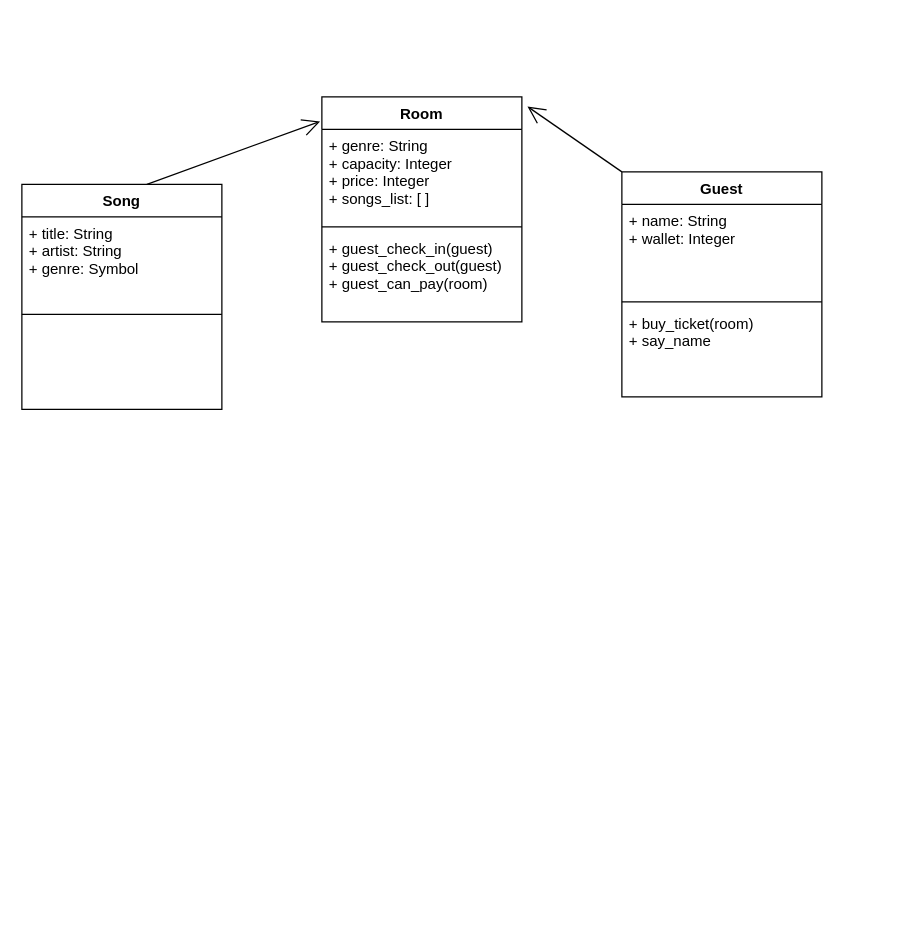
Before: karaoke_bar_diagram.drawio in adamski10/w02_weekend_hm_karaoke_bar, a draw.io diagram. Source tidied: cells renumbered, new cells numbered last; positions are measured from the earlier drawing's top-left corner, leaving out a move shared by most shapes. Both pictures are drawn from the tidied source at 125%, with x=0, y=0 at pixel (21, 96).
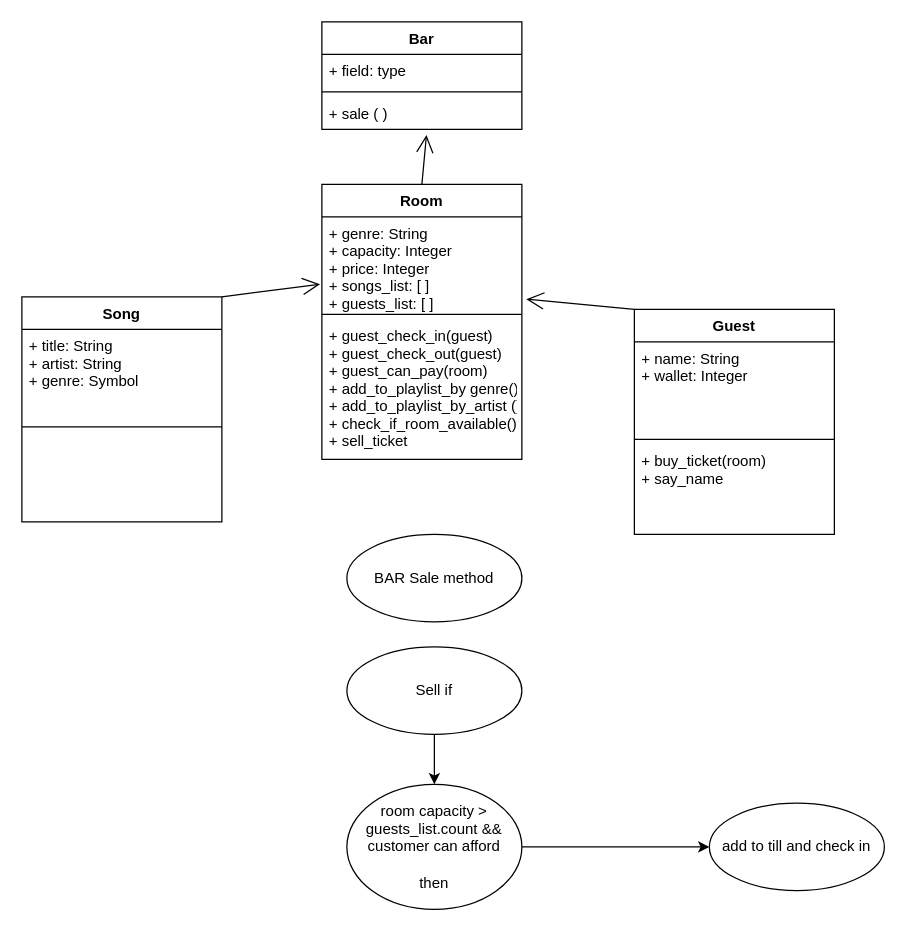
Above is the later version.

Diff of the diagram source:
```diff
@@
+    <mxCell id="14" style="endArrow=open;endFill=1;endSize=12;html=1;entryX=-0.009;entryY=0.728;entryDx=0;entryDy=0;entryPerimeter=0;exitX=1;exitY=0;exitDx=0;exitDy=0;" parent="1" edge="1" source="6" target="3">
+      <mxGeometry relative="1" as="geometry" />
+    </mxCell>
+    <mxCell id="15" style="endArrow=open;endFill=1;endSize=12;html=1;entryX=1.022;entryY=0.89;entryDx=0;entryDy=0;entryPerimeter=0;exitX=0;exitY=0;exitDx=0;exitDy=0;" parent="1" edge="1" source="10" target="3">
+      <mxGeometry relative="1" as="geometry" />
+    </mxCell>
+    <mxCell id="16" style="edgeStyle=orthogonalEdgeStyle;rounded=0;jettySize=auto;html=1;" parent="1" edge="1" source="17" target="24">
+      <mxGeometry relative="1" as="geometry" />
+    </mxCell>
+    <mxCell id="17" value="Sell if" style="ellipse;whiteSpace=wrap;html=1;" parent="1" vertex="1">
+      <mxGeometry x="260" y="440" width="140" height="70" as="geometry" />
+    </mxCell>
+    <mxCell id="18" value="BAR Sale method&lt;br&gt;" style="ellipse;whiteSpace=wrap;html=1;" parent="1" vertex="1">
+      <mxGeometry x="260" y="350" width="140" height="70" as="geometry" />
+    </mxCell>
+    <mxCell id="19" style="edgeStyle=orthogonalEdgeStyle;rounded=0;jettySize=auto;html=1;" parent="1" edge="1" source="24" target="25">
+      <mxGeometry relative="1" as="geometry" />
+    </mxCell>
+    <mxCell id="20" value="Bar" style="swimlane;fontStyle=1;align=center;verticalAlign=top;horizontal=1;startSize=26;" parent="1" vertex="1">
+      <mxGeometry x="240" y="-60" width="160" height="86" as="geometry" />
+    </mxCell>
+    <mxCell id="21" value="+ field: type" style="text;strokeColor=none;fillColor=none;align=left;verticalAlign=top;spacingLeft=4;spacingRight=4;overflow=hidden;" parent="20" vertex="1">
+      <mxGeometry y="26" width="160" height="26" as="geometry" />
+    </mxCell>
+    <mxCell id="22" style="line;strokeWidth=1;fillColor=none;align=left;verticalAlign=middle;spacingTop=-1;spacingLeft=3;spacingRight=3;labelPosition=right;" parent="20" vertex="1">
+      <mxGeometry y="52" width="160" height="8" as="geometry" />
+    </mxCell>
+    <mxCell id="23" value="+ sale ( )" style="text;strokeColor=none;fillColor=none;align=left;verticalAlign=top;spacingLeft=4;spacingRight=4;overflow=hidden;points=[[0,0.5],[1,0.5]];portConstraint=eastwest;" parent="20" vertex="1">
+      <mxGeometry y="60" width="160" height="26" as="geometry" />
+    </mxCell>
+    <mxCell id="24" value="room capacity &amp;gt; guests_list.count &amp;amp;&amp;amp; customer can afford&lt;br&gt;&lt;br&gt;then" style="ellipse;whiteSpace=wrap;html=1;" parent="1" vertex="1">
+      <mxGeometry x="260" y="550" width="140" height="100" as="geometry" />
+    </mxCell>
+    <mxCell id="25" value="add to till and check in" style="ellipse;whiteSpace=wrap;html=1;" parent="1" vertex="1">
+      <mxGeometry x="550" y="565" width="140" height="70" as="geometry" />
+    </mxCell>
+    <mxCell id="6" value="Song" style="swimlane;fontStyle=1;align=center;verticalAlign=top;horizontal=1;startSize=26;" parent="1" vertex="1">
+      <mxGeometry y="160" width="160" height="180" as="geometry" />
+    </mxCell>
+    <mxCell id="7" value="+ title: String&#10;+ artist: String&#10;+ genre: Symbol" style="text;strokeColor=none;fillColor=none;align=left;verticalAlign=top;spacingLeft=4;spacingRight=4;overflow=hidden;" parent="6" vertex="1">
+      <mxGeometry y="26" width="160" height="74" as="geometry" />
+    </mxCell>
+    <mxCell id="8" style="line;strokeWidth=1;fillColor=none;align=left;verticalAlign=middle;spacingTop=-1;spacingLeft=3;spacingRight=3;labelPosition=right;" parent="6" vertex="1">
+      <mxGeometry y="100" width="160" height="8" as="geometry" />
+    </mxCell>
+    <mxCell id="9" value="&#10;&#10;" style="text;strokeColor=none;fillColor=none;align=left;verticalAlign=top;spacingLeft=4;spacingRight=4;overflow=hidden;" parent="6" vertex="1">
+      <mxGeometry y="108" width="160" height="72" as="geometry" />
+    </mxCell>
     <mxCell id="2" value="Room" style="swimlane;fontStyle=1;align=center;verticalAlign=top;horizontal=1;startSize=26;" parent="1" vertex="1">
-      <mxGeometry x="240" width="160" height="180" as="geometry" />
+      <mxGeometry x="240" y="70" width="160" height="220" as="geometry" />
     </mxCell>
-    <mxCell id="3" value="+ genre: String&#10;+ capacity: Integer&#10;+ price: Integer&#10;+ songs_list: [ ]" style="text;strokeColor=none;fillColor=none;align=left;verticalAlign=top;spacingLeft=4;spacingRight=4;overflow=hidden;points=[[0,0.5],[1,0.5]];portConstraint=eastwest;" parent="2" vertex="1">
+    <mxCell id="3" value="+ genre: String&#10;+ capacity: Integer&#10;+ price: Integer&#10;+ songs_list: [ ]&#10;+ guests_list: [ ]" style="text;strokeColor=none;fillColor=none;align=left;verticalAlign=top;spacingLeft=4;spacingRight=4;overflow=hidden;points=[[0,0.5],[1,0.5]];portConstraint=eastwest;" parent="2" vertex="1">
       <mxGeometry y="26" width="160" height="74" as="geometry" />
     </mxCell>
@@
-    <mxCell id="5" value="+ guest_check_in(guest)&#10;+ guest_check_out(guest)&#10;+ guest_can_pay(room)&#10;" style="text;strokeColor=none;fillColor=none;align=left;verticalAlign=top;spacingLeft=4;spacingRight=4;overflow=hidden;" parent="2" vertex="1">
-      <mxGeometry y="108" width="160" height="72" as="geometry" />
+    <mxCell id="5" value="+ guest_check_in(guest)&#10;+ guest_check_out(guest)&#10;+ guest_can_pay(room)&#10;+ add_to_playlist_by genre()&#10;+ add_to_playlist_by_artist ()&#10;+ check_if_room_available()&#10;+ sell_ticket" style="text;strokeColor=none;fillColor=none;align=left;verticalAlign=top;spacingLeft=4;spacingRight=4;overflow=hidden;" parent="2" vertex="1">
+      <mxGeometry y="108" width="160" height="112" as="geometry" />
     </mxCell>
-    <mxCell id="6" value="Song" style="swimlane;fontStyle=1;align=center;verticalAlign=top;horizontal=1;startSize=26;" parent="1" vertex="1">
-      <mxGeometry y="70" width="160" height="180" as="geometry" />
-    </mxCell>
-    <mxCell id="7" value="+ title: String&#10;+ artist: String&#10;+ genre: Symbol" style="text;strokeColor=none;fillColor=none;align=left;verticalAlign=top;spacingLeft=4;spacingRight=4;overflow=hidden;" parent="6" vertex="1">
-      <mxGeometry y="26" width="160" height="74" as="geometry" />
-    </mxCell>
-    <mxCell id="8" style="line;strokeWidth=1;fillColor=none;align=left;verticalAlign=middle;spacingTop=-1;spacingLeft=3;spacingRight=3;labelPosition=right;" parent="6" vertex="1">
-      <mxGeometry y="100" width="160" height="8" as="geometry" />
-    </mxCell>
-    <mxCell id="9" value="&#10;&#10;" style="text;strokeColor=none;fillColor=none;align=left;verticalAlign=top;spacingLeft=4;spacingRight=4;overflow=hidden;" parent="6" vertex="1">
-      <mxGeometry y="108" width="160" height="72" as="geometry" />
-    </mxCell>
     <mxCell id="10" value="Guest" style="swimlane;fontStyle=1;align=center;verticalAlign=top;horizontal=1;startSize=26;" parent="1" vertex="1">
-      <mxGeometry x="480" y="60" width="160" height="180" as="geometry" />
+      <mxGeometry x="490" y="170" width="160" height="180" as="geometry" />
     </mxCell>
@@
-    <mxCell id="14" style="endArrow=open;endFill=1;endSize=12;html=1;entryX=-0.009;entryY=0.109;entryDx=0;entryDy=0;entryPerimeter=0;" parent="1" edge="1" target="2">
-      <mxGeometry relative="1" as="geometry">
-        <mxPoint x="100" y="70" as="sourcePoint" />
-      </mxGeometry>
-    </mxCell>
-    <mxCell id="15" style="endArrow=open;endFill=1;endSize=12;html=1;entryX=1.028;entryY=0.043;entryDx=0;entryDy=0;entryPerimeter=0;exitX=0;exitY=0;exitDx=0;exitDy=0;" parent="1" edge="1" source="10" target="2">
-      <mxGeometry relative="1" as="geometry" />
-    </mxCell>
+    <mxCell id="26" style="endArrow=open;endFill=1;endSize=12;html=1;entryX=0.523;entryY=1.173;entryDx=0;entryDy=0;entryPerimeter=0;exitX=0.5;exitY=0;exitDx=0;exitDy=0;" parent="1" edge="1" source="2" target="23">
+      <mxGeometry relative="1" as="geometry" />
+    </mxCell>
```
